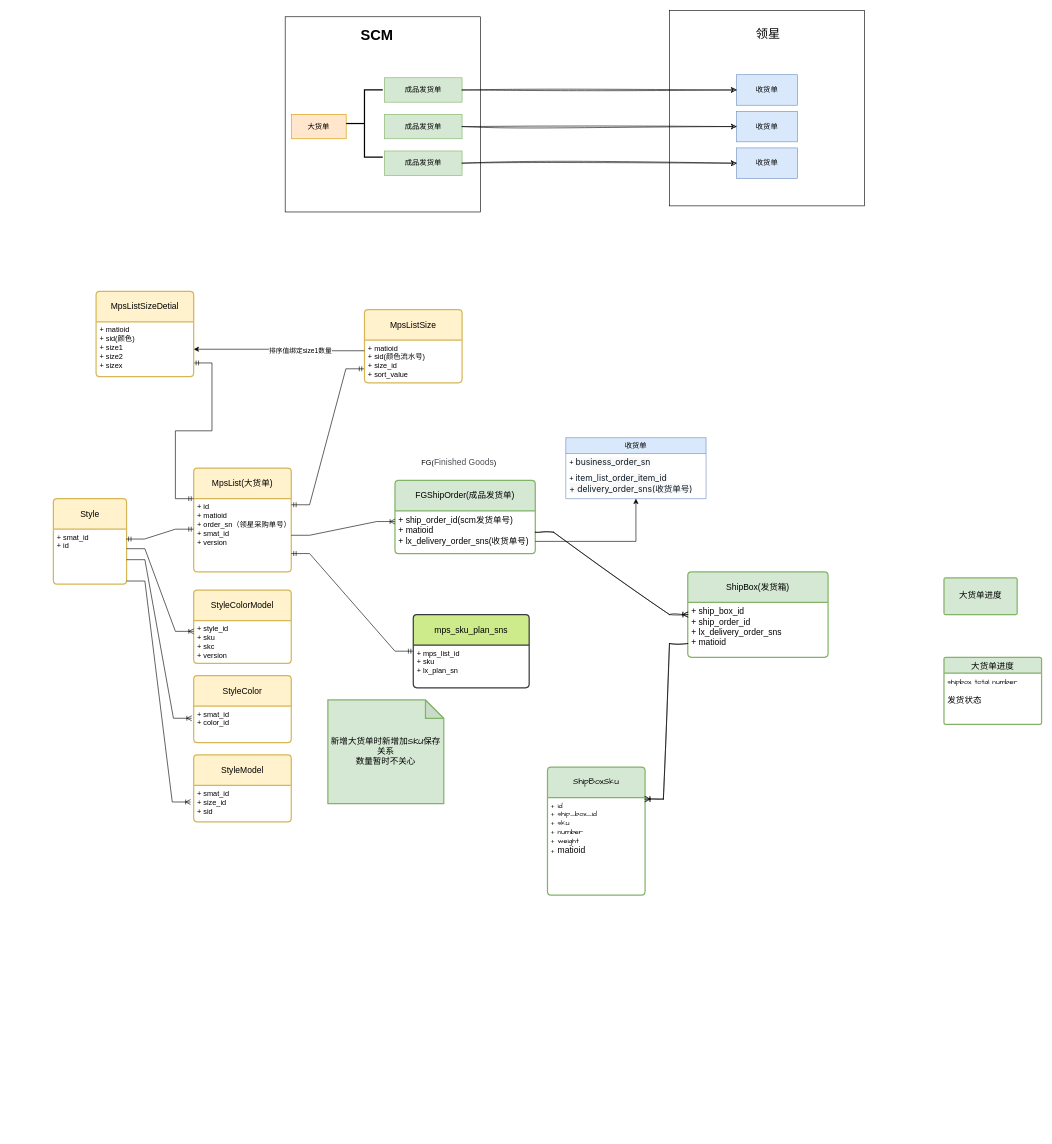
zachary-lzc/diagram keeps this draw.io diagram as 成品发货单.drawio. Above is the earlier version. Source tidied: cells renumbered, new cells numbered last; positions are measured from the earlier drawing's top-left corner, leaving out a move shared by most shapes. Both pictures are drawn from the tidied source at 61%, with x=0, y=0 at pixel (10, 10).
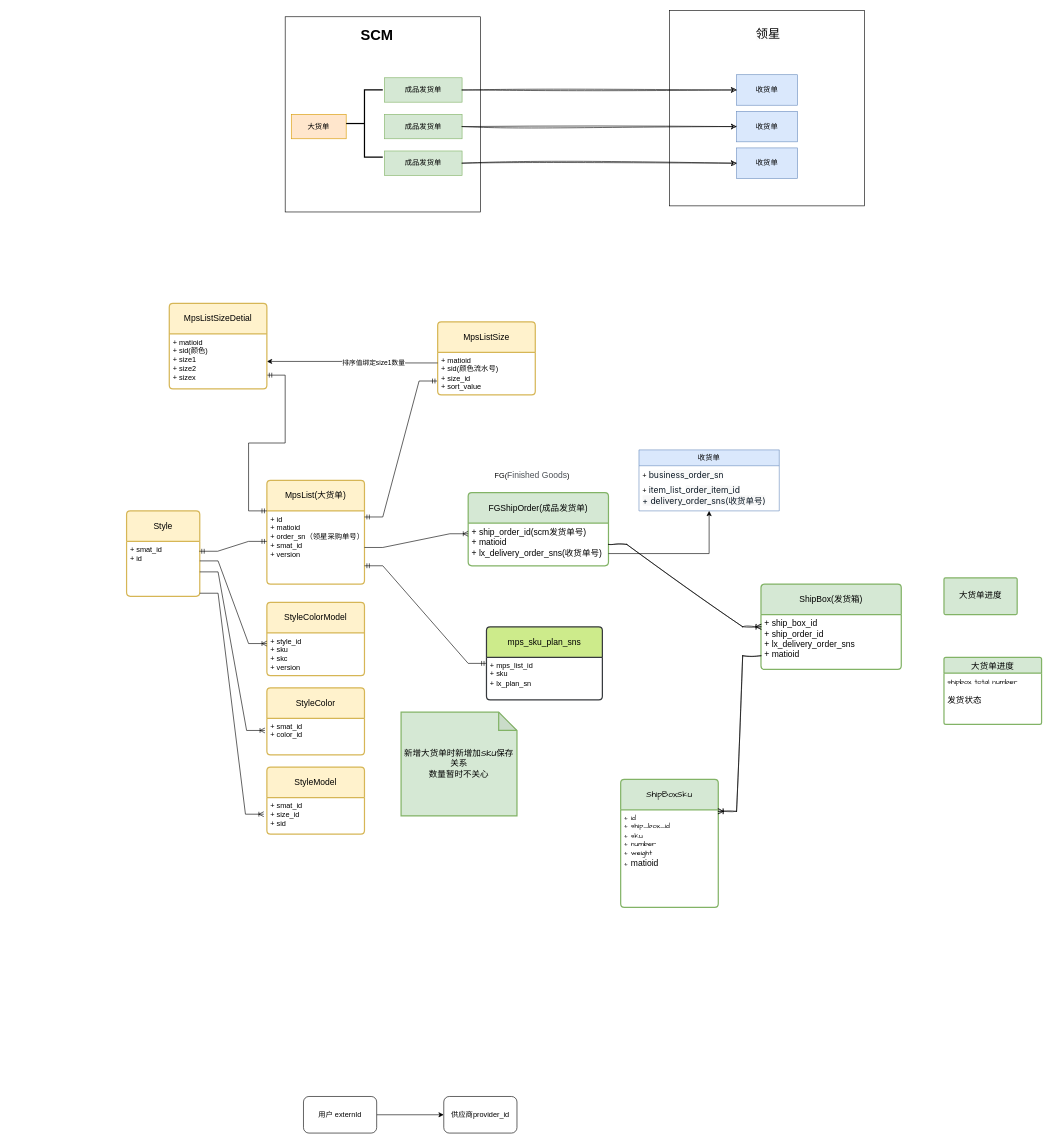
After the change.

Commit message:
更新成品发货单.drawio

The edit, as a diff of the source:
```diff
@@
     <mxCell id="11" style="group;" parent="1" vertex="1">
-      <mxGeometry x="60" y="460" width="1370" height="1100" as="geometry" />
+      <mxGeometry x="180" y="480" width="1370" height="1100" as="geometry" />
     </mxCell>
@@
+    <mxCell id="70" style="edgeStyle=orthogonalEdgeStyle;rounded=0;jettySize=auto;html=1;" parent="1" edge="1" source="71" target="72">
+      <mxGeometry relative="1" as="geometry" />
+    </mxCell>
+    <mxCell id="71" value="用户 externId" style="rounded=1;whiteSpace=wrap;html=1;" parent="1" vertex="1">
+      <mxGeometry x="480" y="1780" width="120" height="60" as="geometry" />
+    </mxCell>
+    <mxCell id="72" value="供应商provider_id" style="rounded=1;whiteSpace=wrap;html=1;" parent="1" vertex="1">
+      <mxGeometry x="710" y="1780" width="120" height="60" as="geometry" />
+    </mxCell>
```
